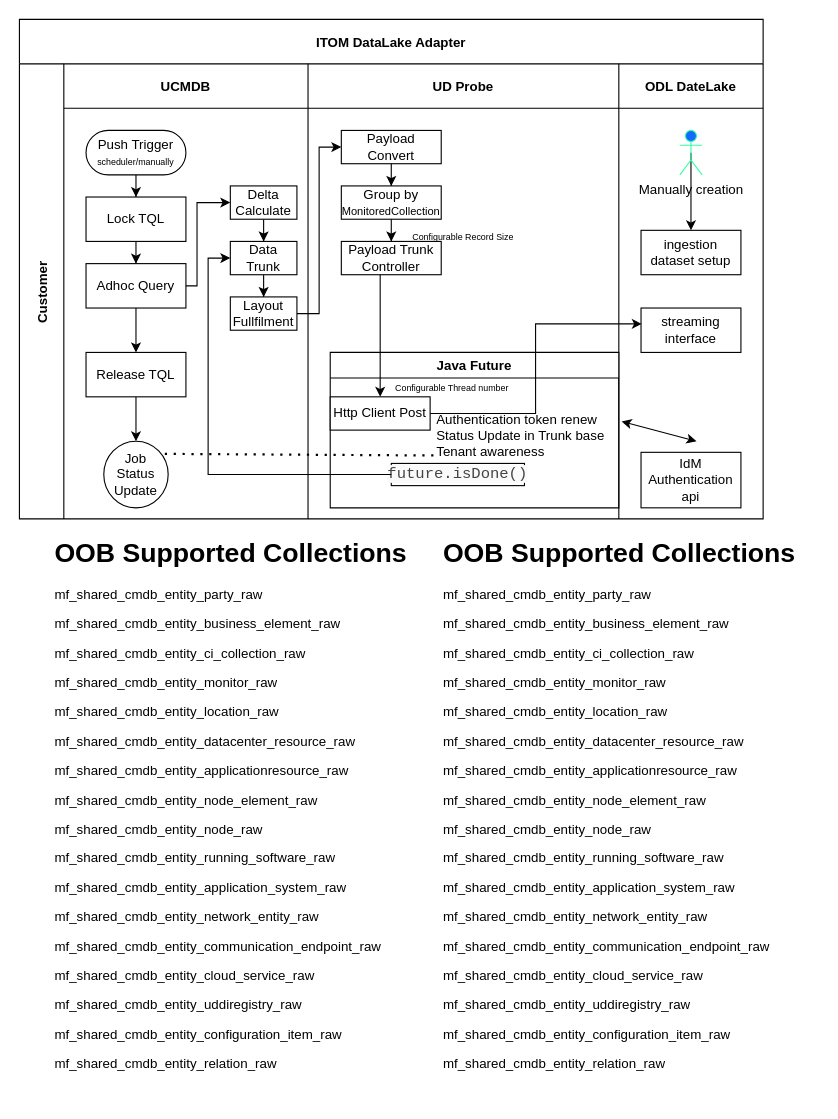
This is draw.io/Untitled Diagram.drawio from toobug0099/openfiles, a draw.io file, before an edit. Source tidied: cells renumbered, new cells numbered last; positions are measured from the earlier drawing's top-left corner, leaving out a move shared by most shapes. Both pictures are drawn from the tidied source at 111%, with x=0, y=0 at pixel (19, 19).
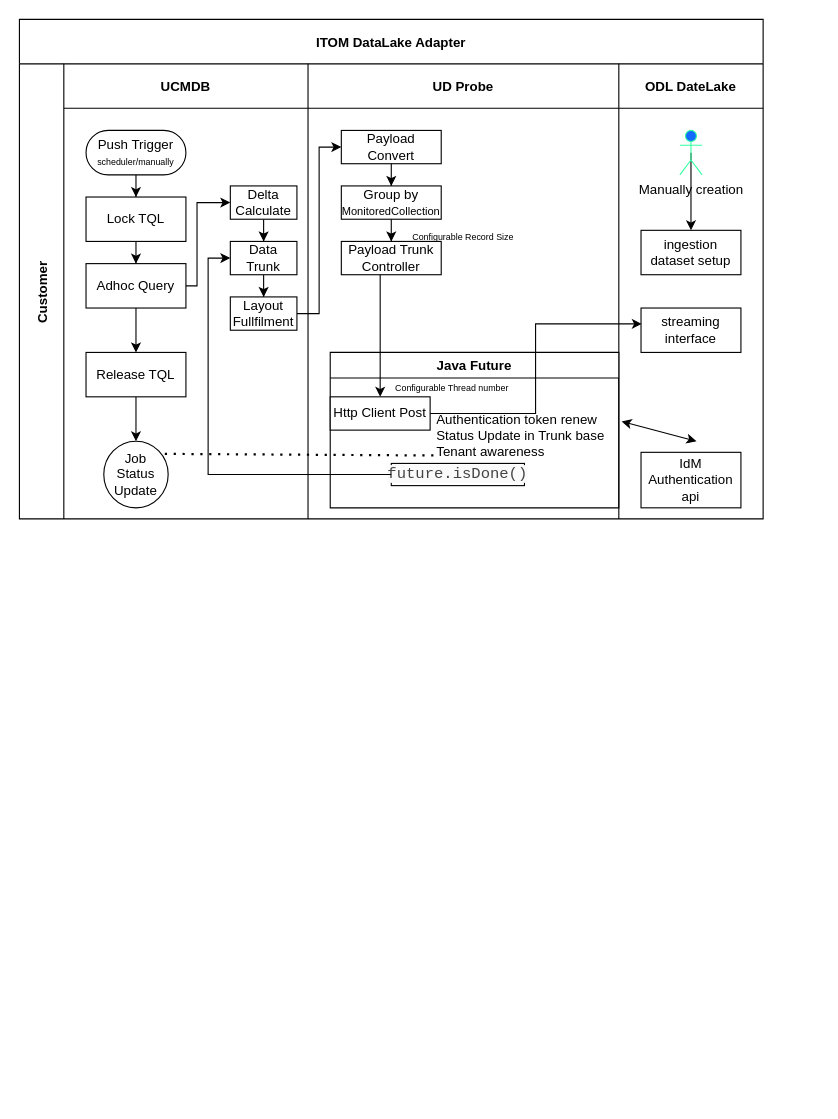
Above is the later version.

The edit, as a diff of the source:
```diff
@@
-    <mxCell id="43" value="&lt;h1 style=&quot;margin-top: 0px;&quot;&gt;OOB Supported Collections&lt;/h1&gt;&lt;p&gt;mf_shared_cmdb_entity_party_raw&lt;/p&gt;&lt;p&gt;mf_shared_cmdb_entity_business_element_raw&lt;/p&gt;&lt;p&gt;mf_shared_cmdb_entity_ci_collection_raw&lt;/p&gt;&lt;p&gt;mf_shared_cmdb_entity_monitor_raw&lt;/p&gt;&lt;p&gt;mf_shared_cmdb_entity_location_raw&lt;/p&gt;&lt;p&gt;mf_shared_cmdb_entity_datacenter_resource_raw&lt;/p&gt;&lt;p&gt;mf_shared_cmdb_entity_applicationresource_raw&lt;/p&gt;&lt;p&gt;mf_shared_cmdb_entity_node_element_raw&lt;/p&gt;&lt;p&gt;mf_shared_cmdb_entity_node_raw&lt;/p&gt;&lt;p&gt;mf_shared_cmdb_entity_running_software_raw&lt;/p&gt;&lt;p&gt;mf_shared_cmdb_entity_application_system_raw&lt;/p&gt;&lt;p&gt;mf_shared_cmdb_entity_network_entity_raw&lt;/p&gt;&lt;p&gt;mf_shared_cmdb_entity_communication_endpoint_raw&lt;/p&gt;&lt;p&gt;mf_shared_cmdb_entity_cloud_service_raw&lt;/p&gt;&lt;p&gt;mf_shared_cmdb_entity_uddiregistry_raw&lt;/p&gt;&lt;p&gt;mf_shared_cmdb_entity_configuration_item_raw&lt;/p&gt;&lt;p&gt;mf_shared_cmdb_entity_relation_raw&lt;/p&gt;" style="text;html=1;whiteSpace=none;overflow=hidden;rounded=0;" parent="1" vertex="1">
-      <mxGeometry x="30" y="460" width="340" height="510" as="geometry" />
-    </mxCell>
@@
-    <mxCell id="45" value="&lt;h1 style=&quot;margin-top: 0px;&quot;&gt;OOB Supported Collections&lt;/h1&gt;&lt;p&gt;mf_shared_cmdb_entity_party_raw&lt;/p&gt;&lt;p&gt;mf_shared_cmdb_entity_business_element_raw&lt;/p&gt;&lt;p&gt;mf_shared_cmdb_entity_ci_collection_raw&lt;/p&gt;&lt;p&gt;mf_shared_cmdb_entity_monitor_raw&lt;/p&gt;&lt;p&gt;mf_shared_cmdb_entity_location_raw&lt;/p&gt;&lt;p&gt;mf_shared_cmdb_entity_datacenter_resource_raw&lt;/p&gt;&lt;p&gt;mf_shared_cmdb_entity_applicationresource_raw&lt;/p&gt;&lt;p&gt;mf_shared_cmdb_entity_node_element_raw&lt;/p&gt;&lt;p&gt;mf_shared_cmdb_entity_node_raw&lt;/p&gt;&lt;p&gt;mf_shared_cmdb_entity_running_software_raw&lt;/p&gt;&lt;p&gt;mf_shared_cmdb_entity_application_system_raw&lt;/p&gt;&lt;p&gt;mf_shared_cmdb_entity_network_entity_raw&lt;/p&gt;&lt;p&gt;mf_shared_cmdb_entity_communication_endpoint_raw&lt;/p&gt;&lt;p&gt;mf_shared_cmdb_entity_cloud_service_raw&lt;/p&gt;&lt;p&gt;mf_shared_cmdb_entity_uddiregistry_raw&lt;/p&gt;&lt;p&gt;mf_shared_cmdb_entity_configuration_item_raw&lt;/p&gt;&lt;p&gt;mf_shared_cmdb_entity_relation_raw&lt;/p&gt;" style="text;html=1;whiteSpace=wrap;overflow=hidden;rounded=0;" parent="1" vertex="1">
-      <mxGeometry x="380" y="460" width="340" height="500" as="geometry" />
-    </mxCell>
```
